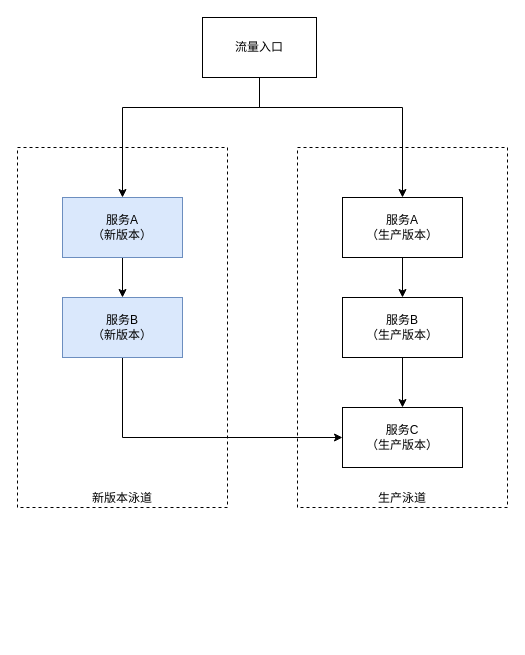
Above: page "第 1 页" (1 of 2) of im/im-grey.drawio in novayoung/draw (draw.io), before the change. Source tidied: cells renumbered, new cells numbered last; positions are measured from the earlier drawing's top-left corner, leaving out a move shared by most shapes. Both pictures are drawn from the tidied source at 100%, with x=0, y=0 at pixel (17, 17).
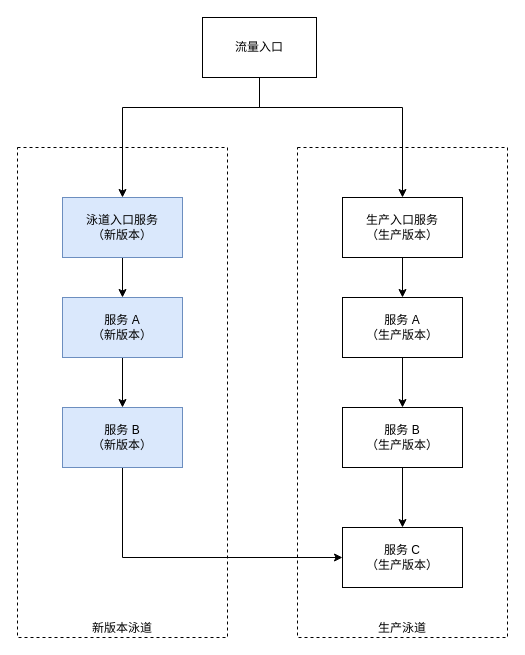
After the change.

The edit, as a diff of the source:
```diff
@@
     <mxCell id="2" value="新版本泳道" style="rounded=0;whiteSpace=wrap;html=1;dashed=1;fillColor=none;verticalAlign=bottom;" parent="1" vertex="1">
-      <mxGeometry y="130" width="210" height="360" as="geometry" />
+      <mxGeometry y="130" width="210" height="490" as="geometry" />
     </mxCell>
     <mxCell id="3" value="生产泳道" style="rounded=0;whiteSpace=wrap;html=1;dashed=1;fillColor=none;verticalAlign=bottom;" parent="1" vertex="1">
-      <mxGeometry x="280" y="130" width="210" height="360" as="geometry" />
+      <mxGeometry x="280" y="130" width="210" height="490" as="geometry" />
     </mxCell>
@@
-    <mxCell id="8" value="服务B&lt;br&gt;（生产版本）" style="rounded=0;whiteSpace=wrap;html=1;" parent="1" vertex="1">
+    <mxCell id="8" value="服务 A&lt;br&gt;（生产版本）" style="rounded=0;whiteSpace=wrap;html=1;" parent="1" vertex="1">
       <mxGeometry x="325" y="280" width="120" height="60" as="geometry" />
     </mxCell>
@@
-    <mxCell id="10" value="服务A&lt;br&gt;（生产版本）" style="rounded=0;whiteSpace=wrap;html=1;" parent="1" vertex="1">
+    <mxCell id="10" value="生产入口服务&lt;br&gt;（生产版本）" style="rounded=0;whiteSpace=wrap;html=1;" parent="1" vertex="1">
       <mxGeometry x="325" y="180" width="120" height="60" as="geometry" />
     </mxCell>
-    <mxCell id="11" style="edgeStyle=orthogonalEdgeStyle;rounded=0;jettySize=auto;html=1;entryX=0;entryY=0.5;entryDx=0;entryDy=0;exitX=0.5;exitY=1;exitDx=0;exitDy=0;" parent="1" edge="1" source="12" target="15">
-      <mxGeometry relative="1" as="geometry" />
-    </mxCell>
+    <mxCell id="16" style="edgeStyle=orthogonalEdgeStyle;rounded=0;jettySize=auto;html=1;" parent="1" edge="1" source="12" target="21">
+      <mxGeometry relative="1" as="geometry" />
+    </mxCell>
-    <mxCell id="12" value="服务B&lt;br&gt;（新版本）" style="rounded=0;whiteSpace=wrap;html=1;fillColor=#dae8fc;strokeColor=#6c8ebf;" parent="1" vertex="1">
+    <mxCell id="12" value="服务 A&lt;br&gt;（新版本）" style="rounded=0;whiteSpace=wrap;html=1;fillColor=#dae8fc;strokeColor=#6c8ebf;" parent="1" vertex="1">
       <mxGeometry x="45" y="280" width="120" height="60" as="geometry" />
     </mxCell>
@@
-    <mxCell id="14" value="服务A&lt;br&gt;（新版本）" style="rounded=0;whiteSpace=wrap;html=1;fillColor=#dae8fc;strokeColor=#6c8ebf;" parent="1" vertex="1">
+    <mxCell id="14" value="泳道入口服务&lt;br&gt;（新版本）" style="rounded=0;whiteSpace=wrap;html=1;fillColor=#dae8fc;strokeColor=#6c8ebf;" parent="1" vertex="1">
       <mxGeometry x="45" y="180" width="120" height="60" as="geometry" />
     </mxCell>
+    <mxCell id="17" style="edgeStyle=orthogonalEdgeStyle;rounded=0;jettySize=auto;html=1;" parent="1" edge="1" source="15" target="19">
+      <mxGeometry relative="1" as="geometry" />
+    </mxCell>
-    <mxCell id="15" value="服务C&lt;br&gt;（生产版本）" style="rounded=0;whiteSpace=wrap;html=1;" parent="1" vertex="1">
+    <mxCell id="15" value="服务 B&lt;br&gt;（生产版本）" style="rounded=0;whiteSpace=wrap;html=1;" parent="1" vertex="1">
       <mxGeometry x="325" y="390" width="120" height="60" as="geometry" />
     </mxCell>
+    <mxCell id="18" style="edgeStyle=orthogonalEdgeStyle;rounded=0;orthogonalLoop=1;jettySize=auto;html=1;" parent="1" edge="1">
+      <mxGeometry relative="1" as="geometry">
+        <mxPoint x="-5" y="190" as="sourcePoint" />
+      </mxGeometry>
+    </mxCell>
+    <mxCell id="19" value="服务 C&lt;br&gt;（生产版本）" style="rounded=0;whiteSpace=wrap;html=1;" parent="1" vertex="1">
+      <mxGeometry x="325" y="510" width="120" height="60" as="geometry" />
+    </mxCell>
+    <mxCell id="20" style="edgeStyle=orthogonalEdgeStyle;rounded=0;jettySize=auto;html=1;entryX=0;entryY=0.5;entryDx=0;entryDy=0;exitX=0.5;exitY=1;exitDx=0;exitDy=0;" parent="1" edge="1" source="21" target="19">
+      <mxGeometry relative="1" as="geometry" />
+    </mxCell>
+    <mxCell id="21" value="服务 B&lt;br&gt;（新版本）" style="rounded=0;whiteSpace=wrap;html=1;fillColor=#dae8fc;strokeColor=#6c8ebf;" parent="1" vertex="1">
+      <mxGeometry x="45" y="390" width="120" height="60" as="geometry" />
+    </mxCell>
```
